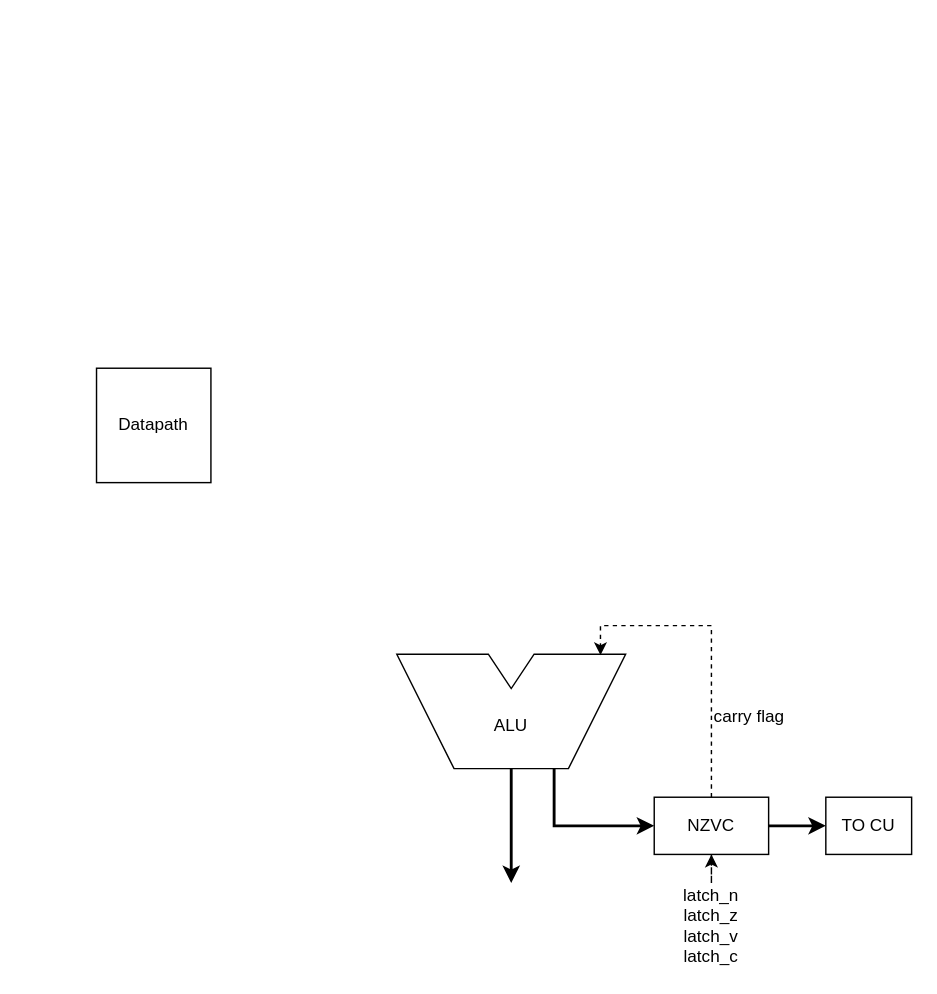
Miwm64/ailurus keeps this draw.io diagram as docs/scheme.drawio. Above is the earlier version. Source tidied: cells renumbered, new cells numbered last; positions are measured from the earlier drawing's top-left corner, leaving out a move shared by most shapes. Both pictures are drawn from the tidied source at 143%, with x=0, y=0 at pixel (96, 368).
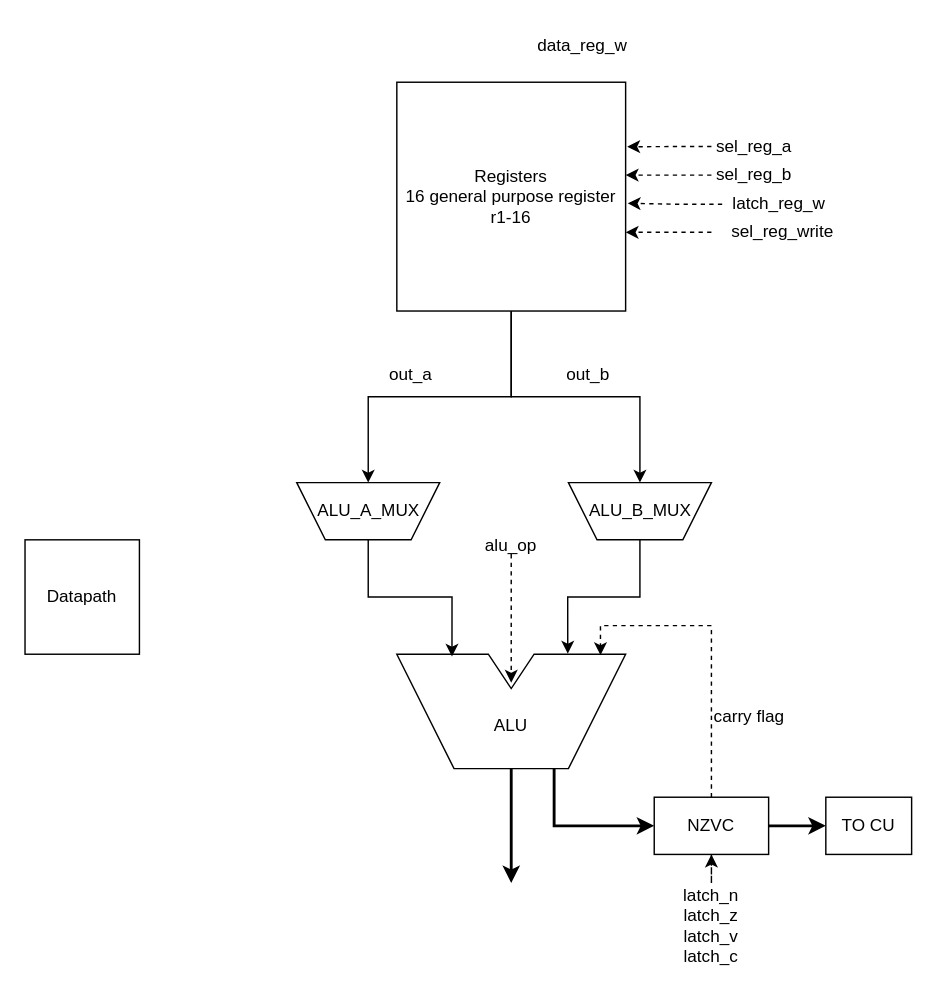
Above is the later version.

Unchanged cells that the change refers to:
```xml
<mxCell id="4" style="shape=mxgraph.basic.polygon;polyCoords=[[0,0],[0.4,0],[0.5,0.3],[0.6,0],[1,0],[0.75,1],[0.25,1]];polyline=0;whiteSpace=wrap;html=1;rotation=360;" parent="3" vertex="1">
  <mxGeometry width="160" height="80" as="geometry" />
</mxCell>
<mxCell id="5" value="ALU" style="text;html=1;whiteSpace=wrap;strokeColor=none;fillColor=none;align=center;verticalAlign=middle;rounded=0;rotation=360;" parent="3" vertex="1">
  <mxGeometry x="20" y="20" width="120" height="60" as="geometry" />
</mxCell>
```

The edit, as a diff of the source:
```diff
@@
     <mxCell id="2" value="Datapath" style="whiteSpace=wrap;html=1;" parent="1" vertex="1">
-      <mxGeometry width="80" height="80" as="geometry" />
+      <mxGeometry x="-50" y="120" width="80" height="80" as="geometry" />
     </mxCell>
@@
+    <mxCell id="15" value="alu_op" style="text;whiteSpace=wrap;html=1;" parent="1" vertex="1">
+      <mxGeometry x="270" y="110" width="40" height="20" as="geometry" />
+    </mxCell>
+    <mxCell id="16" style="edgeStyle=orthogonalEdgeStyle;rounded=0;jettySize=auto;html=1;entryX=0.5;entryY=0;entryDx=0;entryDy=0;dashed=1;" parent="1" edge="1" source="15" target="5">
+      <mxGeometry x="0.08" relative="1" as="geometry" />
+    </mxCell>
+    <mxCell id="17" style="group;" parent="1" vertex="1">
+      <mxGeometry x="140" y="80" width="100" height="40" as="geometry" />
+    </mxCell>
+    <mxCell id="18" value="&lt;div&gt;&lt;br/&gt;&lt;/div&gt;" style="shape=trapezoid;perimeter=trapezoidPerimeter;whiteSpace=wrap;html=1;shapeInside=1;fixedSize=1;size=20;rotation=-180;" parent="17" vertex="1">
+      <mxGeometry width="100" height="40" as="geometry" />
+    </mxCell>
+    <mxCell id="19" value="ALU_A_MUX" style="text;html=1;whiteSpace=wrap;strokeColor=none;fillColor=none;align=center;verticalAlign=middle;rounded=0;" parent="17" vertex="1">
+      <mxGeometry x="12.5" y="5" width="75" height="30" as="geometry" />
+    </mxCell>
+    <mxCell id="20" style="edgeStyle=orthogonalEdgeStyle;rounded=0;jettySize=auto;html=1;entryX=0.241;entryY=0.021;entryDx=0;entryDy=0;entryPerimeter=0;exitX=0.5;exitY=0;exitDx=0;exitDy=0;" parent="1" edge="1" source="18" target="4">
+      <mxGeometry x="0.02" relative="1" as="geometry" />
+    </mxCell>
+    <mxCell id="21" style="group;" parent="1" vertex="1">
+      <mxGeometry x="330" y="80" width="100" height="40" as="geometry" />
+    </mxCell>
+    <mxCell id="22" value="&lt;div&gt;&lt;br/&gt;&lt;/div&gt;" style="shape=trapezoid;perimeter=trapezoidPerimeter;whiteSpace=wrap;html=1;shapeInside=1;fixedSize=1;size=20;rotation=-180;" parent="21" vertex="1">
+      <mxGeometry width="100" height="40" as="geometry" />
+    </mxCell>
+    <mxCell id="23" value="ALU_B_MUX" style="text;html=1;whiteSpace=wrap;strokeColor=none;fillColor=none;align=center;verticalAlign=middle;rounded=0;" parent="21" vertex="1">
+      <mxGeometry x="12.5" y="5" width="75" height="30" as="geometry" />
+    </mxCell>
+    <mxCell id="24" style="edgeStyle=orthogonalEdgeStyle;rounded=0;jettySize=auto;html=1;entryX=0.747;entryY=-0.005;entryDx=0;entryDy=0;entryPerimeter=0;exitX=0.5;exitY=0;exitDx=0;exitDy=0;" parent="1" edge="1" source="22" target="4">
+      <mxGeometry relative="1" as="geometry" />
+    </mxCell>
+    <mxCell id="25" style="edgeStyle=orthogonalEdgeStyle;rounded=0;jettySize=auto;html=1;entryX=0.5;entryY=1;entryDx=0;entryDy=0;" parent="1" edge="1" source="27" target="18">
+      <mxGeometry relative="1" as="geometry" />
+    </mxCell>
+    <mxCell id="26" style="edgeStyle=orthogonalEdgeStyle;rounded=0;jettySize=auto;html=1;entryX=0.5;entryY=1;entryDx=0;entryDy=0;" parent="1" edge="1" source="27" target="22">
+      <mxGeometry relative="1" as="geometry" />
+    </mxCell>
+    <mxCell id="27" value="Registers&lt;div&gt;16 general purpose register&lt;/div&gt;&lt;div&gt;r1-16&lt;/div&gt;" style="rounded=0;whiteSpace=wrap;html=1;" parent="1" vertex="1">
+      <mxGeometry x="210" y="-200" width="160" height="160" as="geometry" />
+    </mxCell>
+    <mxCell id="28" value="sel_reg_a" style="text;html=1;whiteSpace=wrap;strokeColor=none;fillColor=none;align=center;verticalAlign=middle;rounded=0;" parent="1" vertex="1">
+      <mxGeometry x="430" y="-170" width="60" height="30" as="geometry" />
+    </mxCell>
+    <mxCell id="29" value="sel_reg_b" style="text;html=1;whiteSpace=wrap;strokeColor=none;fillColor=none;align=center;verticalAlign=middle;rounded=0;" parent="1" vertex="1">
+      <mxGeometry x="430" y="-150" width="60" height="30" as="geometry" />
+    </mxCell>
+    <mxCell id="30" value="latch_reg_w" style="text;html=1;whiteSpace=wrap;strokeColor=none;fillColor=none;align=center;verticalAlign=middle;rounded=0;" parent="1" vertex="1">
+      <mxGeometry x="440" y="-130" width="75" height="30" as="geometry" />
+    </mxCell>
+    <mxCell id="31" value="sel_reg_write" style="text;html=1;whiteSpace=wrap;strokeColor=none;fillColor=none;align=center;verticalAlign=middle;rounded=0;" parent="1" vertex="1">
+      <mxGeometry x="430" y="-110" width="100" height="30" as="geometry" />
+    </mxCell>
+    <mxCell id="32" value="out_a" style="text;html=1;whiteSpace=wrap;strokeColor=none;fillColor=none;align=center;verticalAlign=middle;rounded=0;" parent="1" vertex="1">
+      <mxGeometry x="190" y="-10" width="60" height="30" as="geometry" />
+    </mxCell>
+    <mxCell id="33" value="out_b" style="text;html=1;whiteSpace=wrap;strokeColor=none;fillColor=none;align=center;verticalAlign=middle;rounded=0;" parent="1" vertex="1">
+      <mxGeometry x="314" y="-10" width="60" height="30" as="geometry" />
+    </mxCell>
+    <mxCell id="34" value="data_reg_w" style="text;html=1;whiteSpace=wrap;strokeColor=none;fillColor=none;align=center;verticalAlign=middle;rounded=0;" parent="1" vertex="1">
+      <mxGeometry x="310" y="-240" width="60" height="30" as="geometry" />
+    </mxCell>
+    <mxCell id="35" style="edgeStyle=orthogonalEdgeStyle;rounded=0;jettySize=auto;html=1;entryX=1.007;entryY=0.282;entryDx=0;entryDy=0;entryPerimeter=0;dashed=1;" parent="1" edge="1" source="28" target="27">
+      <mxGeometry relative="1" as="geometry" />
+    </mxCell>
+    <mxCell id="36" style="edgeStyle=orthogonalEdgeStyle;rounded=0;jettySize=auto;html=1;entryX=1;entryY=0.406;entryDx=0;entryDy=0;entryPerimeter=0;dashed=1;" parent="1" edge="1" source="29" target="27">
+      <mxGeometry relative="1" as="geometry" />
+    </mxCell>
+    <mxCell id="37" style="edgeStyle=orthogonalEdgeStyle;rounded=0;jettySize=auto;html=1;entryX=1.009;entryY=0.529;entryDx=0;entryDy=0;entryPerimeter=0;exitX=-0.033;exitY=0.511;exitDx=0;exitDy=0;exitPerimeter=0;dashed=1;" parent="1" edge="1" source="30" target="27">
+      <mxGeometry relative="1" as="geometry" />
+    </mxCell>
+    <mxCell id="38" style="edgeStyle=orthogonalEdgeStyle;rounded=0;jettySize=auto;html=1;entryX=1;entryY=0.656;entryDx=0;entryDy=0;entryPerimeter=0;dashed=1;" parent="1" edge="1" source="31" target="27">
+      <mxGeometry relative="1" as="geometry" />
+    </mxCell>
```
